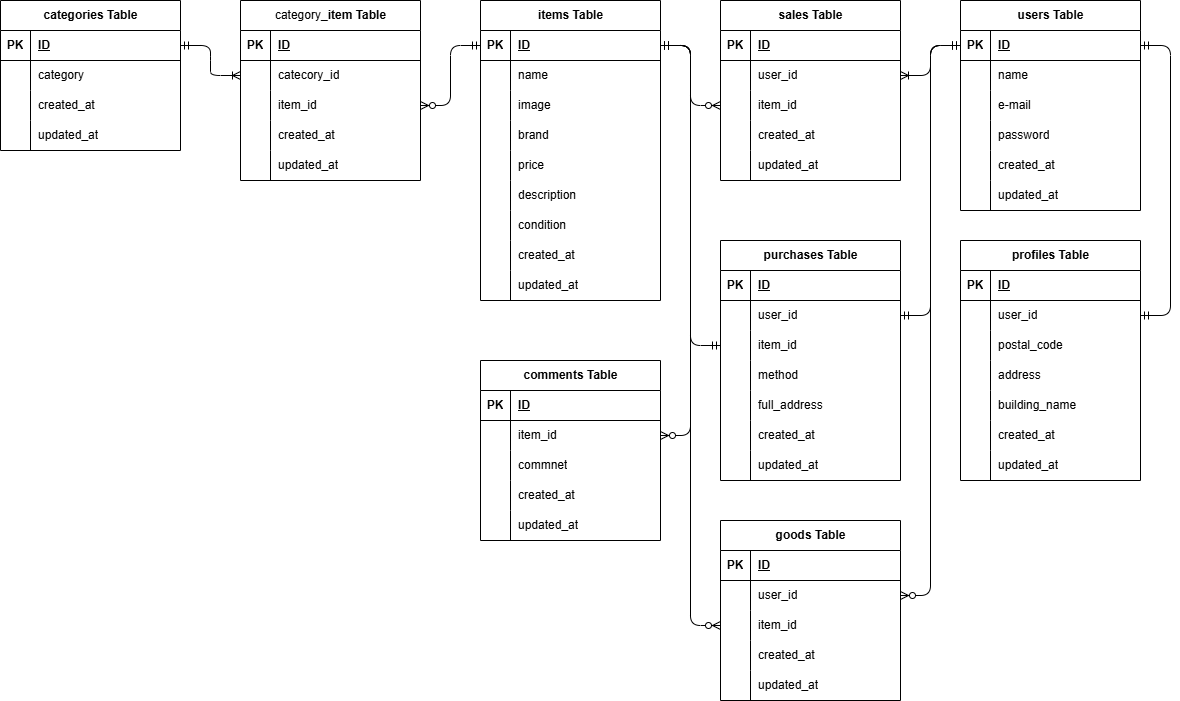
LesserPand8/flea-market-app keeps this draw.io diagram as ER.drawio.png. Above is the earlier version. Source tidied: cells renumbered, new cells last; positions are measured from the earlier drawing's top-left corner, leaving out a move shared by most shapes.
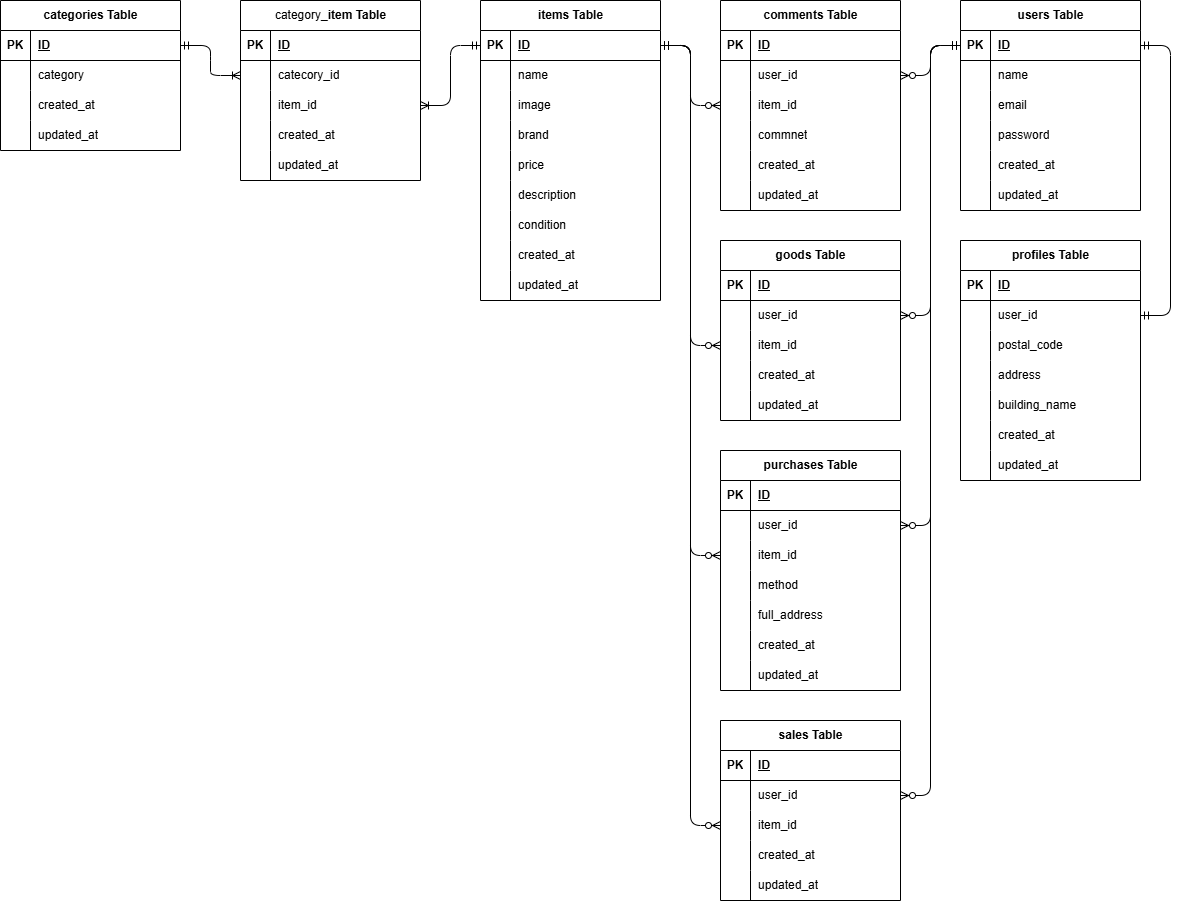
Later version of the same file.

Change to the diagram source:
```diff
@@ -113,7 +113,7 @@
     <mxCell id="38" style="shape=partialRectangle;fillColor=none;top=0;left=0;bottom=0;right=0;overflow=hidden;whiteSpace=wrap;html=1;" parent="37" vertex="1">
       <mxGeometry width="30" height="30" as="geometry" />
     </mxCell>
-    <mxCell id="39" value="e-mail" style="shape=partialRectangle;fillColor=none;top=0;left=0;bottom=0;right=0;align=left;spacingLeft=6;overflow=hidden;whiteSpace=wrap;html=1;" parent="37" vertex="1">
+    <mxCell id="39" value="email" style="shape=partialRectangle;fillColor=none;top=0;left=0;bottom=0;right=0;align=left;spacingLeft=6;overflow=hidden;whiteSpace=wrap;html=1;" parent="37" vertex="1">
       <mxGeometry x="30" width="150" height="30" as="geometry" />
     </mxCell>
     <mxCell id="40" style="shape=tableRow;horizontal=0;startSize=0;swimlaneHead=0;swimlaneBody=0;fillColor=none;top=0;left=0;right=0;bottom=0;" parent="30" vertex="1">
@@ -183,7 +183,7 @@
       <mxGeometry x="30" width="150" height="30" as="geometry" />
     </mxCell>
     <mxCell id="62" value="sales Table" style="shape=table;startSize=30;rowLines=0;fontStyle=1;align=center;html=1;" parent="1" vertex="1">
-      <mxGeometry x="720" width="180" height="180" as="geometry" />
+      <mxGeometry x="720" y="720" width="180" height="180" as="geometry" />
     </mxCell>
     <mxCell id="63" style="shape=tableRow;horizontal=0;startSize=0;swimlaneHead=0;swimlaneBody=0;fillColor=none;top=0;left=0;right=0;bottom=1;" parent="62" vertex="1">
       <mxGeometry y="30" width="180" height="30" as="geometry" />
@@ -302,15 +302,6 @@
     <mxCell id="101" style="edgeStyle=entityRelationEdgeStyle;fontSize=12;html=1;endArrow=ERzeroToMany;startArrow=ERmandOne;" parent="1" edge="1" source="3" target="69">
       <mxGeometry relative="1" as="geometry" />
     </mxCell>
-    <mxCell id="102" style="edgeStyle=entityRelationEdgeStyle;fontSize=12;html=1;endArrow=ERoneToMany;startArrow=ERmandOne;entryX=1;entryY=0.5;entryDx=0;entryDy=0;exitX=0;exitY=0.5;exitDx=0;exitDy=0;" parent="1" edge="1" source="31" target="66">
-      <mxGeometry relative="1" as="geometry">
-        <Array as="points">
-          <mxPoint x="800" y="610" />
-          <mxPoint x="510" y="420" />
-          <mxPoint x="570" y="490" />
-        </Array>
-      </mxGeometry>
-    </mxCell>
     <mxCell id="103" style="edgeStyle=entityRelationEdgeStyle;fontSize=12;html=1;endArrow=ERmandOne;startArrow=ERmandOne;entryX=1;entryY=0.5;entryDx=0;entryDy=0;exitX=1;exitY=0.5;exitDx=0;exitDy=0;" parent="1" edge="1" source="82" target="31">
       <mxGeometry relative="1" as="geometry" />
     </mxCell>
@@ -362,10 +353,11 @@
     <mxCell id="119" value="&lt;span style=&quot;color: rgb(0, 0, 0);&quot;&gt;updated_at&lt;/span&gt;" style="shape=partialRectangle;fillColor=none;top=0;left=0;bottom=0;right=0;align=left;spacingLeft=6;overflow=hidden;whiteSpace=wrap;html=1;" parent="117" vertex="1">
       <mxGeometry x="30" width="150" height="30" as="geometry" />
     </mxCell>
-    <mxCell id="120" style="edgeStyle=entityRelationEdgeStyle;fontSize=12;html=1;endArrow=ERzeroToMany;startArrow=ERmandOne;" parent="1" edge="1" source="3" target="111">
+    <mxCell id="120" style="edgeStyle=entityRelationEdgeStyle;fontSize=12;html=1;endArrow=ERzeroToMany;startArrow=ERmandOne;" parent="1" edge="1" source="31" target="141">
       <mxGeometry relative="1" as="geometry">
         <Array as="points">
           <mxPoint x="680" y="300" />
+          <mxPoint x="440" y="370" />
           <mxPoint x="180" y="200" />
           <mxPoint x="150" y="200" />
           <mxPoint x="670" y="250" />
@@ -373,7 +365,7 @@
       </mxGeometry>
     </mxCell>
     <mxCell id="121" value="comments Table" style="shape=table;startSize=30;rowLines=0;fontStyle=1;align=center;html=1;" parent="1" vertex="1">
-      <mxGeometry x="480" y="360" width="180" height="180" as="geometry" />
+      <mxGeometry x="720" width="180" height="210" as="geometry" />
     </mxCell>
     <mxCell id="122" style="shape=tableRow;horizontal=0;startSize=0;swimlaneHead=0;swimlaneBody=0;fillColor=none;top=0;left=0;right=0;bottom=1;" parent="121" vertex="1">
       <mxGeometry y="30" width="180" height="30" as="geometry" />
@@ -390,7 +382,7 @@
     <mxCell id="126" style="shape=partialRectangle;fillColor=none;top=0;left=0;bottom=0;right=0;overflow=hidden;whiteSpace=wrap;html=1;" parent="125" vertex="1">
       <mxGeometry width="30" height="30" as="geometry" />
     </mxCell>
-    <mxCell id="127" value="item_id" style="shape=partialRectangle;fillColor=none;top=0;left=0;bottom=0;right=0;align=left;spacingLeft=6;overflow=hidden;whiteSpace=wrap;html=1;" parent="125" vertex="1">
+    <mxCell id="127" value="user_id" style="shape=partialRectangle;fillColor=none;top=0;left=0;bottom=0;right=0;align=left;spacingLeft=6;overflow=hidden;whiteSpace=wrap;html=1;" parent="125" vertex="1">
       <mxGeometry x="30" width="150" height="30" as="geometry" />
     </mxCell>
     <mxCell id="128" style="shape=tableRow;horizontal=0;startSize=0;swimlaneHead=0;swimlaneBody=0;fillColor=none;points=[[0,0.5],[1,0.5]];portConstraint=eastwest;top=0;left=0;right=0;bottom=0;" parent="121" vertex="1">
@@ -399,7 +391,7 @@
     <mxCell id="129" style="shape=partialRectangle;fillColor=none;top=0;left=0;bottom=0;right=0;overflow=hidden;whiteSpace=wrap;html=1;" parent="128" vertex="1">
       <mxGeometry width="30" height="30" as="geometry" />
     </mxCell>
-    <mxCell id="130" value="commnet" style="shape=partialRectangle;fillColor=none;top=0;left=0;bottom=0;right=0;align=left;spacingLeft=6;overflow=hidden;whiteSpace=wrap;html=1;" parent="128" vertex="1">
+    <mxCell id="130" value="&lt;span style=&quot;color: rgb(0, 0, 0);&quot;&gt;item_id&lt;/span&gt;" style="shape=partialRectangle;fillColor=none;top=0;left=0;bottom=0;right=0;align=left;spacingLeft=6;overflow=hidden;whiteSpace=wrap;html=1;" parent="128" vertex="1">
       <mxGeometry x="30" width="150" height="30" as="geometry" />
     </mxCell>
     <mxCell id="131" style="shape=tableRow;horizontal=0;startSize=0;swimlaneHead=0;swimlaneBody=0;fillColor=none;top=0;left=0;right=0;bottom=0;" parent="121" vertex="1">
@@ -408,7 +400,7 @@
     <mxCell id="132" style="shape=partialRectangle;fillColor=none;top=0;left=0;bottom=0;right=0;overflow=hidden;whiteSpace=wrap;html=1;" parent="131" vertex="1">
       <mxGeometry width="30" height="30" as="geometry" />
     </mxCell>
-    <mxCell id="133" value="created_at" style="shape=partialRectangle;fillColor=none;top=0;left=0;bottom=0;right=0;align=left;spacingLeft=6;overflow=hidden;whiteSpace=wrap;html=1;" parent="131" vertex="1">
+    <mxCell id="133" value="&lt;span style=&quot;color: rgb(0, 0, 0);&quot;&gt;commnet&lt;/span&gt;" style="shape=partialRectangle;fillColor=none;top=0;left=0;bottom=0;right=0;align=left;spacingLeft=6;overflow=hidden;whiteSpace=wrap;html=1;" parent="131" vertex="1">
       <mxGeometry x="30" width="150" height="30" as="geometry" />
     </mxCell>
     <mxCell id="134" style="shape=tableRow;horizontal=0;startSize=0;swimlaneHead=0;swimlaneBody=0;fillColor=none;top=0;left=0;right=0;bottom=0;" parent="121" vertex="1">
@@ -417,11 +409,20 @@
     <mxCell id="135" style="shape=partialRectangle;fillColor=none;top=0;left=0;bottom=0;right=0;overflow=hidden;whiteSpace=wrap;html=1;" parent="134" vertex="1">
       <mxGeometry width="30" height="30" as="geometry" />
     </mxCell>
-    <mxCell id="136" value="updated_at" style="shape=partialRectangle;fillColor=none;top=0;left=0;bottom=0;right=0;align=left;spacingLeft=6;overflow=hidden;whiteSpace=wrap;html=1;" parent="134" vertex="1">
+    <mxCell id="136" value="&lt;span style=&quot;color: rgb(0, 0, 0);&quot;&gt;created_at&lt;/span&gt;" style="shape=partialRectangle;fillColor=none;top=0;left=0;bottom=0;right=0;align=left;spacingLeft=6;overflow=hidden;whiteSpace=wrap;html=1;" parent="134" vertex="1">
       <mxGeometry x="30" width="150" height="30" as="geometry" />
     </mxCell>
+    <mxCell id="180" style="shape=tableRow;horizontal=0;startSize=0;swimlaneHead=0;swimlaneBody=0;fillColor=none;top=0;left=0;right=0;bottom=0;" parent="121" vertex="1">
+      <mxGeometry y="180" width="180" height="30" as="geometry" />
+    </mxCell>
+    <mxCell id="181" style="shape=partialRectangle;fillColor=none;top=0;left=0;bottom=0;right=0;overflow=hidden;whiteSpace=wrap;html=1;" parent="180" vertex="1">
+      <mxGeometry width="30" height="30" as="geometry" />
+    </mxCell>
+    <mxCell id="182" value="&lt;span style=&quot;color: rgb(0, 0, 0);&quot;&gt;updated_at&lt;/span&gt;" style="shape=partialRectangle;fillColor=none;top=0;left=0;bottom=0;right=0;align=left;spacingLeft=6;overflow=hidden;whiteSpace=wrap;html=1;" parent="180" vertex="1">
+      <mxGeometry x="30" width="150" height="30" as="geometry" />
+    </mxCell>
     <mxCell id="137" value="purchases&amp;nbsp;Table" style="shape=table;startSize=30;rowLines=0;fontStyle=1;align=center;html=1;" parent="1" vertex="1">
-      <mxGeometry x="720" y="240" width="180" height="240" as="geometry" />
+      <mxGeometry x="720" y="450" width="180" height="240" as="geometry" />
     </mxCell>
     <mxCell id="138" style="shape=tableRow;horizontal=0;startSize=0;swimlaneHead=0;swimlaneBody=0;fillColor=none;top=0;left=0;right=0;bottom=1;" parent="137" vertex="1">
       <mxGeometry y="30" width="180" height="30" as="geometry" />
@@ -486,17 +487,11 @@
     <mxCell id="158" value="&lt;span style=&quot;color: rgb(0, 0, 0);&quot;&gt;updated_at&lt;/span&gt;" style="shape=partialRectangle;fillColor=none;top=0;left=0;bottom=0;right=0;align=left;spacingLeft=6;overflow=hidden;whiteSpace=wrap;html=1;" parent="156" vertex="1">
       <mxGeometry x="30" width="150" height="30" as="geometry" />
     </mxCell>
-    <mxCell id="159" style="edgeStyle=entityRelationEdgeStyle;fontSize=12;html=1;endArrow=ERzeroToMany;startArrow=ERmandOne;entryX=1;entryY=0.5;entryDx=0;entryDy=0;" parent="1" edge="1" source="3" target="125">
+    <mxCell id="159" style="edgeStyle=entityRelationEdgeStyle;fontSize=12;html=1;endArrow=ERzeroToMany;startArrow=ERmandOne;" parent="1" edge="1" source="3" target="128">
       <mxGeometry relative="1" as="geometry" />
     </mxCell>
-    <mxCell id="160" style="edgeStyle=entityRelationEdgeStyle;fontSize=12;html=1;endArrow=ERmandOne;startArrow=ERmandOne;" parent="1" edge="1" source="141" target="31">
-      <mxGeometry relative="1" as="geometry" />
-    </mxCell>
-    <mxCell id="161" style="edgeStyle=entityRelationEdgeStyle;fontSize=12;html=1;endArrow=ERmandOne;startArrow=ERmandOne;" parent="1" edge="1" source="144" target="3">
-      <mxGeometry relative="1" as="geometry" />
-    </mxCell>
     <mxCell id="162" value="goods Table" style="shape=table;startSize=30;rowLines=0;fontStyle=1;align=center;html=1;" parent="1" vertex="1">
-      <mxGeometry x="720" y="520" width="180" height="180" as="geometry" />
+      <mxGeometry x="720" y="240" width="180" height="180" as="geometry" />
     </mxCell>
     <mxCell id="163" style="shape=tableRow;horizontal=0;startSize=0;swimlaneHead=0;swimlaneBody=0;fillColor=none;top=0;left=0;right=0;bottom=1;" parent="162" vertex="1">
       <mxGeometry y="30" width="180" height="30" as="geometry" />
@@ -549,5 +544,33 @@
     <mxCell id="179" style="edgeStyle=entityRelationEdgeStyle;fontSize=12;html=1;endArrow=ERzeroToMany;startArrow=ERmandOne;" parent="1" edge="1" source="31" target="166">
       <mxGeometry relative="1" as="geometry" />
     </mxCell>
+    <mxCell id="183" style="edgeStyle=entityRelationEdgeStyle;fontSize=12;html=1;endArrow=ERzeroToMany;startArrow=ERmandOne;entryX=1;entryY=0.5;entryDx=0;entryDy=0;" parent="1" edge="1" source="31" target="125">
+      <mxGeometry relative="1" as="geometry">
+        <Array as="points">
+          <mxPoint x="910" y="70" />
+        </Array>
+      </mxGeometry>
+    </mxCell>
+    <mxCell id="184" style="edgeStyle=entityRelationEdgeStyle;fontSize=12;html=1;endArrow=ERoneToMany;startArrow=ERmandOne;" parent="1" edge="1" source="3" target="111">
+      <mxGeometry relative="1" as="geometry">
+        <Array as="points">
+          <mxPoint x="400" y="105" />
+        </Array>
+      </mxGeometry>
+    </mxCell>
+    <mxCell id="102" style="edgeStyle=entityRelationEdgeStyle;fontSize=12;html=1;endArrow=ERzeroToMany;startArrow=ERmandOne;" parent="1" edge="1" source="31" target="66">
+      <mxGeometry relative="1" as="geometry">
+        <Array as="points">
+          <mxPoint x="690" y="310" />
+          <mxPoint x="450" y="380" />
+          <mxPoint x="190" y="210" />
+          <mxPoint x="160" y="210" />
+          <mxPoint x="680" y="260" />
+        </Array>
+      </mxGeometry>
+    </mxCell>
+    <mxCell id="185" style="edgeStyle=entityRelationEdgeStyle;fontSize=12;html=1;endArrow=ERzeroToMany;startArrow=ERmandOne;" parent="1" edge="1" source="3" target="144">
+      <mxGeometry relative="1" as="geometry" />
+    </mxCell>
   </root>
 </mxGraphModel>
```
